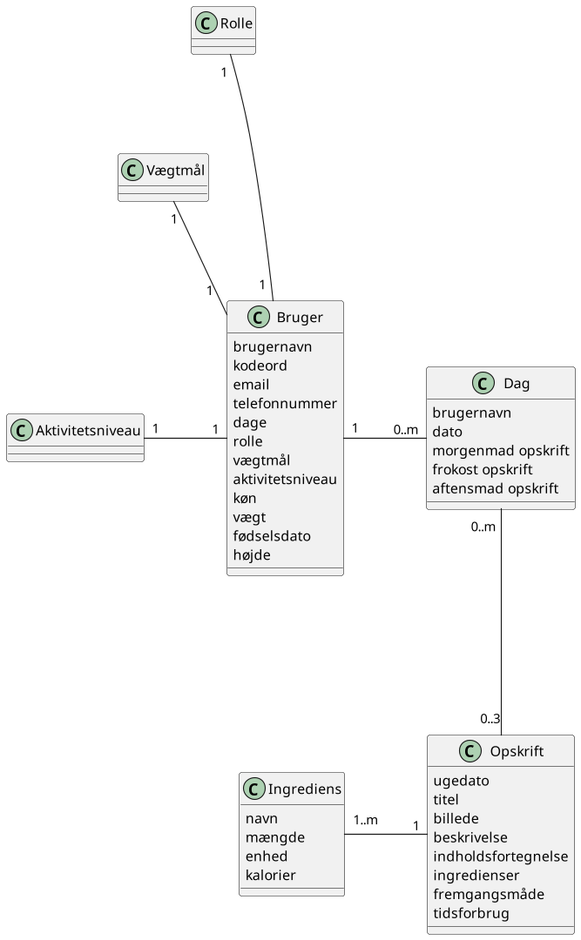
Earlier version of the PlantUML export diagram/domain-model.png (sofush/kostplan).
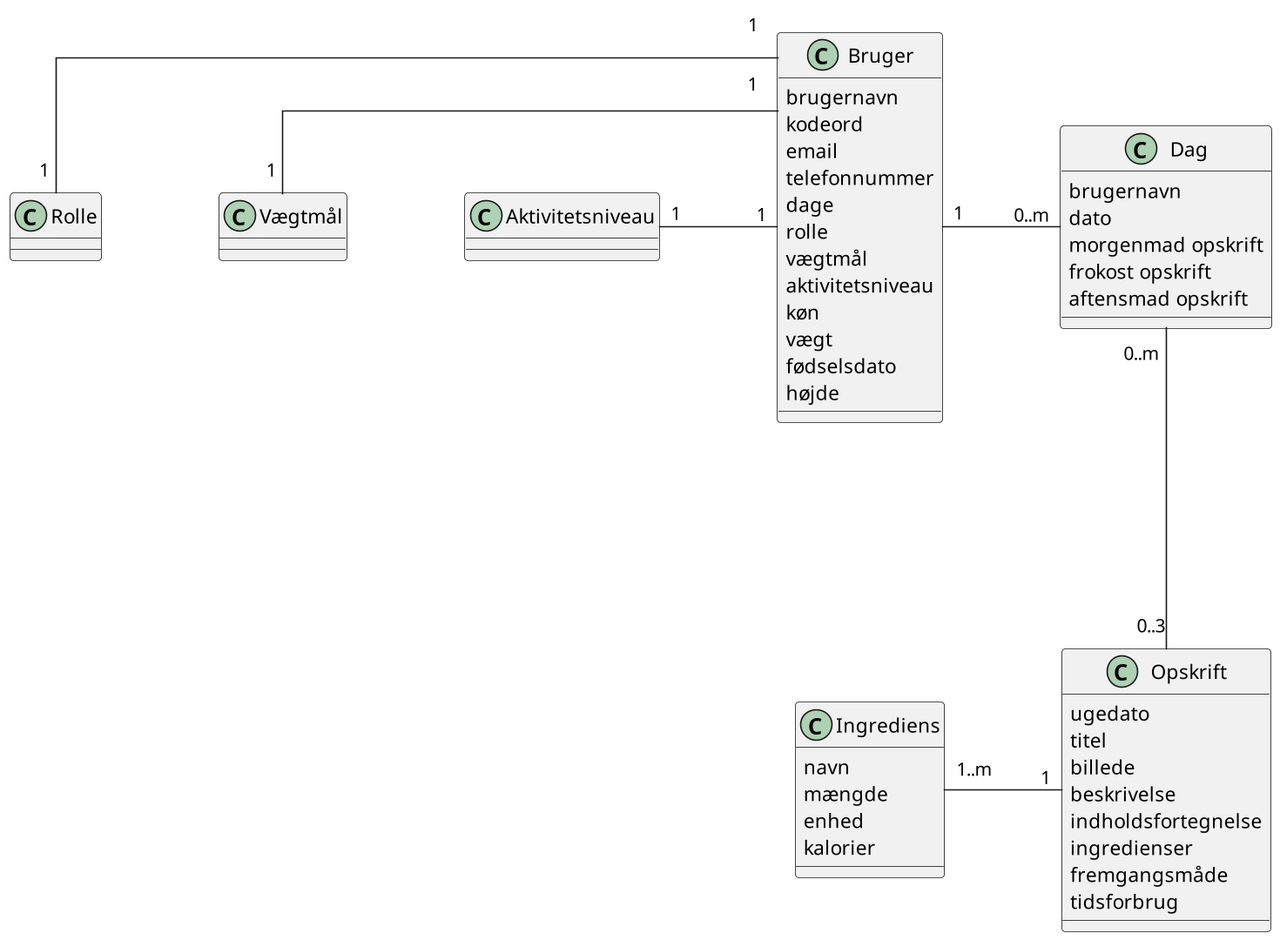
The same diagram one commit later.

Commit message:
docs: update domain model

Diff of the diagram source:
```diff
@@ -1,5 +1,6 @@
 @startuml
 scale 1920*1080
+skinparam linetype ortho
 class Rolle {}
 class Vægtmål {}
 class Aktivitetsniveau {}
@@ -44,8 +45,6 @@
 Rolle " 1 " -r-- " 1  " Bruger
 Vægtmål " 1 " -r-- " 1  " Bruger
 Aktivitetsniveau "1" -r-- "1" Bruger
-Rolle -down[hidden]- Vægtmål
-Vægtmål -down[hidden]- Aktivitetsniveau
 Bruger "1" -r-- "0..m" Dag
 Dag "0..m" --- "0..3" Opskrift
 Opskrift "1" -l-- "1..m" Ingrediens
```
